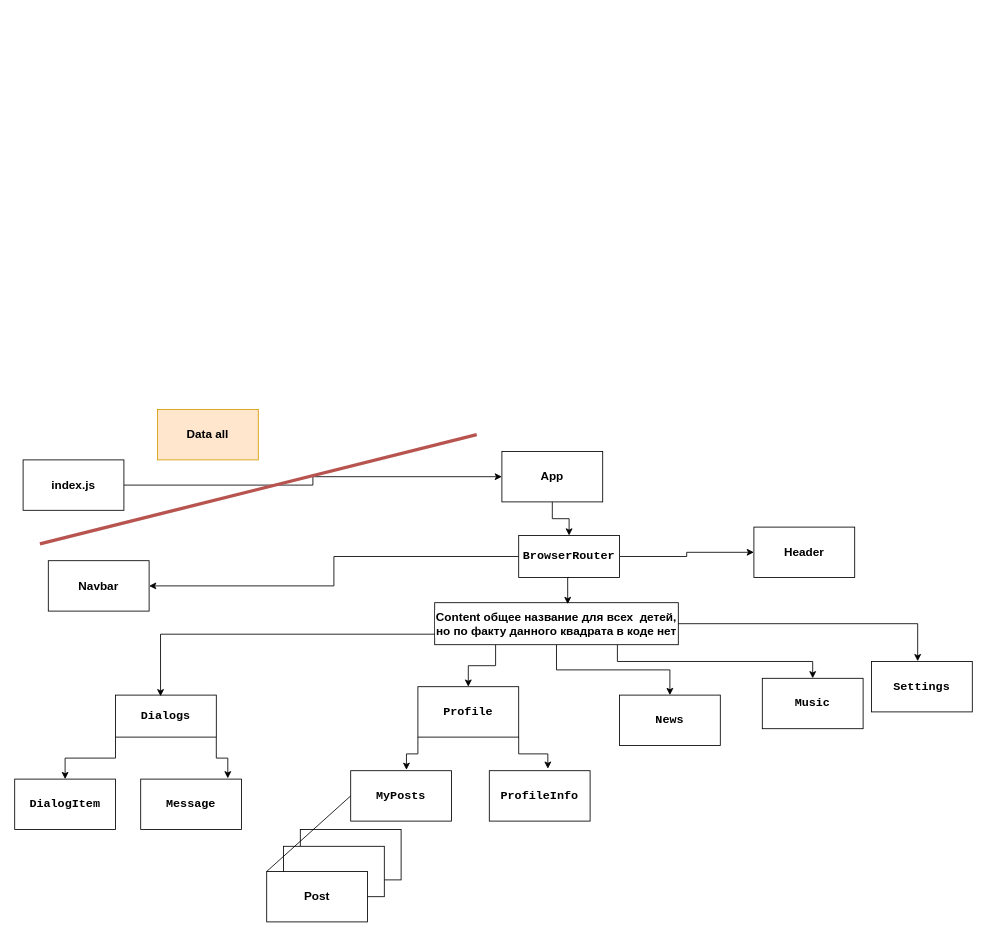
This is socialTree.drawio from blue-script/social-network, a draw.io file, before an edit. Source tidied: cells renumbered, new cells numbered last; positions are measured from the earlier drawing's top-left corner, leaving out a move shared by most shapes. Both pictures are drawn from the tidied source at 84%, with x=0, y=0 at pixel (14, 409).
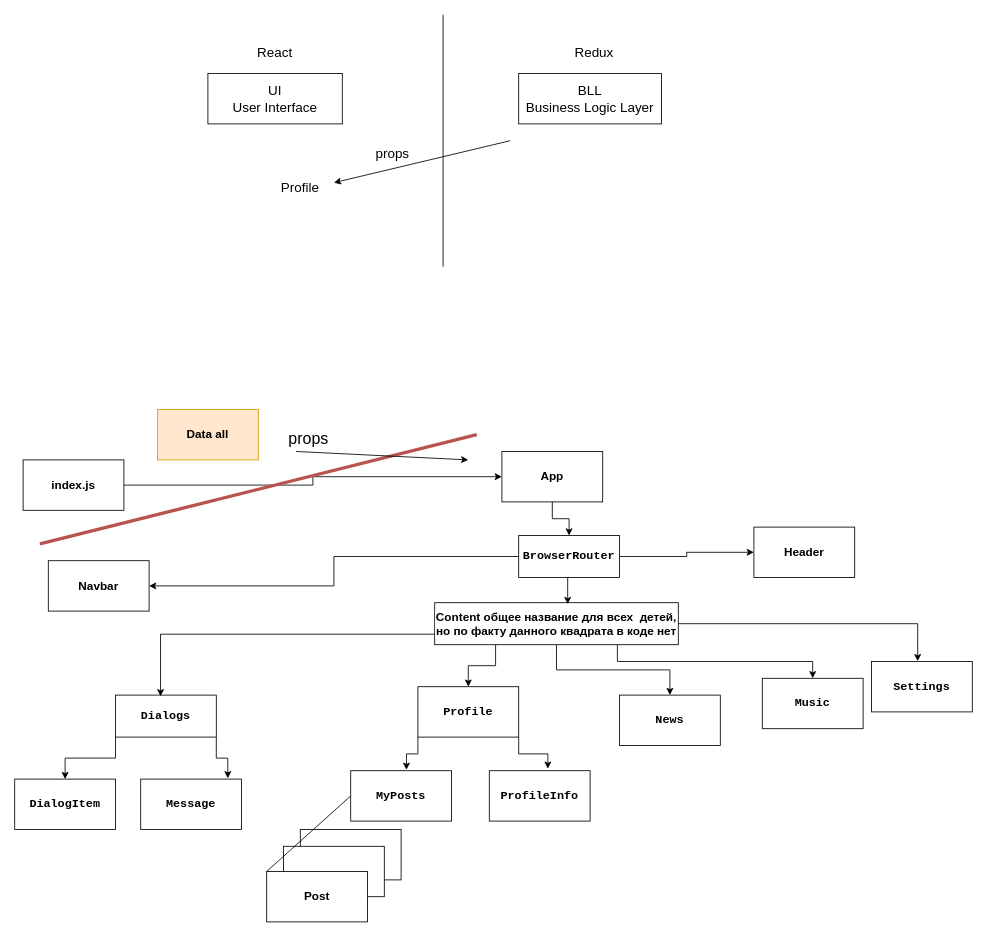
After the change.

The edit, as a diff of the source:
```diff
@@
+    <mxCell id="37" value="UI&lt;br style=&quot;font-size: 16px;&quot;&gt;User Interface" style="rounded=0;whiteSpace=wrap;html=1;fontSize=16;" parent="1" vertex="1">
+      <mxGeometry x="230" y="-400" width="160" height="60" as="geometry" />
+    </mxCell>
+    <mxCell id="38" value="BLL&lt;br style=&quot;font-size: 16px;&quot;&gt;Business Logic Layer" style="rounded=0;whiteSpace=wrap;html=1;fontSize=16;" parent="1" vertex="1">
+      <mxGeometry x="600" y="-400" width="170" height="60" as="geometry" />
+    </mxCell>
+    <mxCell id="39" style="endArrow=none;html=1;rounded=0;fontSize=16;" parent="1" edge="1">
+      <mxGeometry relative="1" as="geometry">
+        <mxPoint x="510" y="-170" as="sourcePoint" />
+        <mxPoint x="510" y="-470" as="targetPoint" />
+      </mxGeometry>
+    </mxCell>
+    <mxCell id="40" style="endArrow=classic;html=1;rounded=0;fontSize=16;" parent="1" edge="1">
+      <mxGeometry relative="1" as="geometry">
+        <mxPoint x="590" y="-320" as="sourcePoint" />
+        <mxPoint x="380" y="-270" as="targetPoint" />
+      </mxGeometry>
+    </mxCell>
+    <mxCell id="41" value="Profile" style="text;html=1;strokeColor=none;fillColor=none;align=center;verticalAlign=middle;whiteSpace=wrap;rounded=0;fontSize=16;" parent="1" vertex="1">
+      <mxGeometry x="310" y="-280" width="60" height="30" as="geometry" />
+    </mxCell>
+    <mxCell id="42" value="React" style="text;html=1;strokeColor=none;fillColor=none;align=center;verticalAlign=middle;whiteSpace=wrap;rounded=0;fontSize=16;" parent="1" vertex="1">
+      <mxGeometry x="280" y="-440" width="60" height="30" as="geometry" />
+    </mxCell>
+    <mxCell id="43" value="Redux" style="text;html=1;strokeColor=none;fillColor=none;align=center;verticalAlign=middle;whiteSpace=wrap;rounded=0;fontSize=16;" parent="1" vertex="1">
+      <mxGeometry x="660" y="-440" width="60" height="30" as="geometry" />
+    </mxCell>
+    <mxCell id="44" value="props" style="text;html=1;strokeColor=none;fillColor=none;align=center;verticalAlign=middle;whiteSpace=wrap;rounded=0;fontSize=16;" parent="1" vertex="1">
+      <mxGeometry x="420" y="-320" width="60" height="30" as="geometry" />
+    </mxCell>
+    <mxCell id="45" style="endArrow=classic;html=1;rounded=0;" parent="1" edge="1">
+      <mxGeometry relative="1" as="geometry">
+        <mxPoint x="335" y="50" as="sourcePoint" />
+        <mxPoint x="540" y="60" as="targetPoint" />
+      </mxGeometry>
+    </mxCell>
+    <mxCell id="46" value="props" style="text;html=1;strokeColor=none;fillColor=none;align=center;verticalAlign=middle;whiteSpace=wrap;rounded=0;fontSize=19;" parent="1" vertex="1">
+      <mxGeometry x="320" y="20" width="60" height="30" as="geometry" />
+    </mxCell>
```
